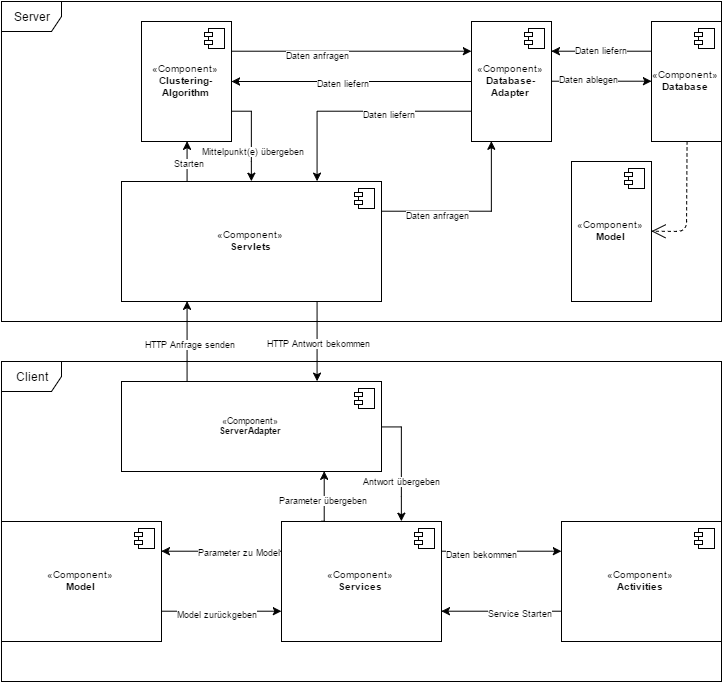
Earlier version of the draw.io export Entwurf/Packages.png (njules/goApp). Source tidied: cells renumbered, new cells last; positions are measured from the earlier drawing's top-left corner, leaving out a move shared by most shapes. Its diagram source:
```xml
<mxGraphModel background="#ffffff">
  <root>
    <mxCell id="0" style="html=1;" />
    <mxCell id="1" style="html=1;" parent="0" />
    <mxCell id="2" value="Server" style="shape=umlFrame;whiteSpace=wrap;html=1;" parent="1" vertex="1">
      <mxGeometry width="720" height="320" as="geometry" />
    </mxCell>
    <mxCell id="3" value="Client" style="shape=umlFrame;whiteSpace=wrap;html=1;" parent="1" vertex="1">
      <mxGeometry y="360" width="720" height="320" as="geometry" />
    </mxCell>
    <mxCell id="4" style="edgeStyle=orthogonalEdgeStyle;rounded=0;html=1;exitX=0;exitY=0.25;entryX=1;entryY=0.25;jettySize=auto;fontSize=9;fillColor=#ffffff;strokeColor=#000000;" parent="1" edge="1" source="6" target="14">
      <mxGeometry relative="1" as="geometry" />
    </mxCell>
    <mxCell id="5" value="Daten liefern" style="text;html=1;align=center;verticalAlign=bottom;labelBackgroundColor=#ffffff;fontSize=9;horizontal=1;" parent="4" vertex="1">
      <mxGeometry x="-0.47" y="1" relative="1" as="geometry">
        <mxPoint x="-23" y="4" as="offset" />
      </mxGeometry>
    </mxCell>
    <mxCell id="6" value="«Component»&lt;br&gt;&lt;b&gt;Database&lt;/b&gt;" style="html=1;fontSize=10;" parent="1" vertex="1">
      <mxGeometry x="650" y="20" width="70" height="120" as="geometry" />
    </mxCell>
    <mxCell id="7" style="shape=component;jettyWidth=8;jettyHeight=4;" parent="6" vertex="1">
      <mxGeometry x="1" width="20" height="20" relative="1" as="geometry">
        <mxPoint x="-27" y="7" as="offset" />
      </mxGeometry>
    </mxCell>
    <mxCell id="8" style="edgeStyle=orthogonalEdgeStyle;rounded=0;html=1;exitX=1;exitY=0.5;jettySize=auto;fontSize=9;" parent="1" edge="1" source="14" target="6">
      <mxGeometry relative="1" as="geometry" />
    </mxCell>
    <mxCell id="9" value="Daten ablegen" style="text;html=1;align=center;verticalAlign=middle;labelBackgroundColor=#ffffff;fontSize=9;labelPosition=center;verticalLabelPosition=bottom;" parent="8" vertex="1">
      <mxGeometry x="-0.24" y="2" relative="1" as="geometry" />
    </mxCell>
    <mxCell id="10" style="edgeStyle=orthogonalEdgeStyle;rounded=0;html=1;jettySize=auto;fontSize=9;" parent="1" edge="1" source="14" target="20">
      <mxGeometry relative="1" as="geometry" />
    </mxCell>
    <mxCell id="11" value="Daten liefern" style="text;html=1;align=center;verticalAlign=middle;labelBackgroundColor=#ffffff;fontSize=9;" parent="10" vertex="1">
      <mxGeometry x="0.07" y="1" relative="1" as="geometry" />
    </mxCell>
    <mxCell id="12" style="edgeStyle=orthogonalEdgeStyle;rounded=0;html=1;exitX=0;exitY=0.75;entryX=0.75;entryY=0;jettySize=auto;fontSize=9;" parent="1" edge="1" source="14" target="28">
      <mxGeometry relative="1" as="geometry" />
    </mxCell>
    <mxCell id="13" value="Daten liefern" style="text;html=1;align=center;verticalAlign=middle;labelBackgroundColor=#ffffff;fontSize=9;" parent="12" vertex="1">
      <mxGeometry x="-0.26" y="3" relative="1" as="geometry" />
    </mxCell>
    <mxCell id="14" value="«Component»&lt;br&gt;&lt;b&gt;Database-&lt;/b&gt;&lt;div&gt;&lt;b&gt;Adapter&lt;/b&gt;&lt;/div&gt;" style="html=1;fontSize=10;" parent="1" vertex="1">
      <mxGeometry x="470" y="20" width="80" height="120" as="geometry" />
    </mxCell>
    <mxCell id="15" style="shape=component;jettyWidth=8;jettyHeight=4;" parent="14" vertex="1">
      <mxGeometry x="1" width="20" height="20" relative="1" as="geometry">
        <mxPoint x="-27" y="7" as="offset" />
      </mxGeometry>
    </mxCell>
    <mxCell id="16" style="edgeStyle=orthogonalEdgeStyle;rounded=0;html=1;exitX=1;exitY=0.25;entryX=0;entryY=0.25;jettySize=auto;fontSize=9;" parent="1" edge="1" source="20" target="14">
      <mxGeometry relative="1" as="geometry" />
    </mxCell>
    <mxCell id="17" value="Daten anfragen" style="text;html=1;align=center;verticalAlign=middle;labelBackgroundColor=#ffffff;fontSize=9;" parent="16" vertex="1">
      <mxGeometry x="-0.29" y="-4" relative="1" as="geometry" />
    </mxCell>
    <mxCell id="18" style="edgeStyle=orthogonalEdgeStyle;rounded=0;html=1;exitX=1;exitY=0.75;entryX=0.5;entryY=0;jettySize=auto;fontSize=9;" parent="1" edge="1" source="20" target="28">
      <mxGeometry relative="1" as="geometry" />
    </mxCell>
    <mxCell id="19" value="Mittelpunkt(e) übergeben" style="text;html=1;align=center;verticalAlign=middle;labelBackgroundColor=#ffffff;fontSize=9;" parent="18" vertex="1">
      <mxGeometry x="0.34" y="1" relative="1" as="geometry" />
    </mxCell>
    <mxCell id="20" value="«Component»&lt;br&gt;&lt;b&gt;Clustering-&lt;br&gt;Algorithm&lt;/b&gt;" style="html=1;fontSize=10;" parent="1" vertex="1">
      <mxGeometry x="140" y="20" width="90" height="120" as="geometry" />
    </mxCell>
    <mxCell id="21" style="shape=component;jettyWidth=8;jettyHeight=4;" parent="20" vertex="1">
      <mxGeometry x="1" width="20" height="20" relative="1" as="geometry">
        <mxPoint x="-27" y="7" as="offset" />
      </mxGeometry>
    </mxCell>
    <mxCell id="22" style="edgeStyle=orthogonalEdgeStyle;rounded=0;html=1;exitX=1;exitY=0.25;entryX=0.25;entryY=1;jettySize=auto;fontSize=9;" parent="1" edge="1" source="28" target="14">
      <mxGeometry relative="1" as="geometry" />
    </mxCell>
    <mxCell id="23" value="Daten anfragen" style="text;html=1;align=center;verticalAlign=middle;labelBackgroundColor=#ffffff;fontSize=9;" parent="22" vertex="1">
      <mxGeometry x="-0.38" y="-4" relative="1" as="geometry" />
    </mxCell>
    <mxCell id="24" style="edgeStyle=orthogonalEdgeStyle;rounded=0;html=1;exitX=0.25;exitY=0;entryX=0.5;entryY=1;jettySize=auto;fontSize=9;" parent="1" edge="1" source="28" target="20">
      <mxGeometry relative="1" as="geometry" />
    </mxCell>
    <mxCell id="25" value="Starten" style="text;html=1;align=center;verticalAlign=middle;labelBackgroundColor=#ffffff;fontSize=9;" parent="24" vertex="1">
      <mxGeometry y="-3" relative="1" as="geometry">
        <mxPoint x="-1" y="2" as="offset" />
      </mxGeometry>
    </mxCell>
    <mxCell id="26" style="edgeStyle=orthogonalEdgeStyle;rounded=0;html=1;exitX=0.75;exitY=1;entryX=0.75;entryY=0;jettySize=auto;fontSize=9;" parent="1" edge="1" source="28" target="37">
      <mxGeometry relative="1" as="geometry" />
    </mxCell>
    <mxCell id="27" value="HTTP Antwort bekommen" style="text;html=1;align=center;verticalAlign=middle;labelBackgroundColor=#ffffff;fontSize=9;" parent="26" vertex="1">
      <mxGeometry x="0.04" relative="1" as="geometry">
        <mxPoint x="1" as="offset" />
      </mxGeometry>
    </mxCell>
    <mxCell id="28" value="«Component»&lt;br&gt;&lt;div&gt;&lt;b&gt;Servlets&lt;/b&gt;&lt;/div&gt;" style="html=1;fontSize=10;" parent="1" vertex="1">
      <mxGeometry x="120" y="180" width="260" height="120" as="geometry" />
    </mxCell>
    <mxCell id="29" style="shape=component;jettyWidth=8;jettyHeight=4;" parent="28" vertex="1">
      <mxGeometry x="1" width="20" height="20" relative="1" as="geometry">
        <mxPoint x="-27" y="7" as="offset" />
      </mxGeometry>
    </mxCell>
    <mxCell id="30" value="«Component»&lt;br&gt;&lt;b&gt;Model&lt;/b&gt;" style="html=1;fontSize=10;" parent="1" vertex="1">
      <mxGeometry x="570" y="160" width="80" height="140" as="geometry" />
    </mxCell>
    <mxCell id="31" style="shape=component;jettyWidth=8;jettyHeight=4;" parent="30" vertex="1">
      <mxGeometry x="1" width="20" height="20" relative="1" as="geometry">
        <mxPoint x="-27" y="7" as="offset" />
      </mxGeometry>
    </mxCell>
    <mxCell id="32" style="endArrow=open;endSize=12;dashed=1;html=1;fontSize=9;exitX=0.5;exitY=1;entryX=1;entryY=0.5;" parent="1" edge="1" source="6" target="30">
      <mxGeometry relative="1" as="geometry">
        <Array as="points">
          <mxPoint x="685" y="230" />
        </Array>
      </mxGeometry>
    </mxCell>
    <mxCell id="33" style="edgeStyle=orthogonalEdgeStyle;rounded=0;html=1;exitX=0.25;exitY=0;entryX=0.25;entryY=1;jettySize=auto;fontSize=9;" parent="1" edge="1" source="37" target="28">
      <mxGeometry relative="1" as="geometry" />
    </mxCell>
    <mxCell id="34" value="&lt;span style=&quot;font-weight: normal&quot;&gt;HTTP Anfrage senden&lt;/span&gt;" style="text;html=1;align=center;verticalAlign=middle;labelBackgroundColor=#ffffff;fontSize=9;fontStyle=1;" parent="33" vertex="1">
      <mxGeometry x="-0.07" y="-3" relative="1" as="geometry" />
    </mxCell>
    <mxCell id="35" style="edgeStyle=orthogonalEdgeStyle;rounded=0;html=1;exitX=1;exitY=0.5;entryX=0.75;entryY=0;jettySize=auto;fontSize=9;" parent="1" edge="1" source="37" target="53">
      <mxGeometry relative="1" as="geometry" />
    </mxCell>
    <mxCell id="36" value="Antwort übergeben" style="text;html=1;align=center;verticalAlign=middle;labelBackgroundColor=#ffffff;fontSize=9;" parent="35" vertex="1">
      <mxGeometry x="0.16" y="-2" relative="1" as="geometry">
        <mxPoint x="2" y="8" as="offset" />
      </mxGeometry>
    </mxCell>
    <mxCell id="37" value="«Component»&lt;br&gt;&lt;b&gt;ServerAdapter&lt;/b&gt;" style="html=1;fontSize=9;" parent="1" vertex="1">
      <mxGeometry x="120" y="380" width="260" height="90" as="geometry" />
    </mxCell>
    <mxCell id="38" style="shape=component;jettyWidth=8;jettyHeight=4;" parent="37" vertex="1">
      <mxGeometry x="1" width="20" height="20" relative="1" as="geometry">
        <mxPoint x="-27" y="7" as="offset" />
      </mxGeometry>
    </mxCell>
    <mxCell id="39" style="edgeStyle=orthogonalEdgeStyle;rounded=0;html=1;exitX=1;exitY=0.75;entryX=0;entryY=0.75;jettySize=auto;fontSize=9;" parent="1" edge="1" source="41" target="53">
      <mxGeometry relative="1" as="geometry" />
    </mxCell>
    <mxCell id="40" value="Model zurückgeben" style="text;html=1;align=center;verticalAlign=middle;labelBackgroundColor=#ffffff;fontSize=9;" parent="39" vertex="1">
      <mxGeometry x="-0.07" y="-3" relative="1" as="geometry" />
    </mxCell>
    <mxCell id="41" value="«Component»&lt;br&gt;&lt;b&gt;Model&lt;/b&gt;" style="html=1;fontSize=10;" parent="1" vertex="1">
      <mxGeometry y="520" width="160" height="120" as="geometry" />
    </mxCell>
    <mxCell id="42" style="shape=component;jettyWidth=8;jettyHeight=4;" parent="41" vertex="1">
      <mxGeometry x="1" width="20" height="20" relative="1" as="geometry">
        <mxPoint x="-27" y="7" as="offset" />
      </mxGeometry>
    </mxCell>
    <mxCell id="43" style="edgeStyle=orthogonalEdgeStyle;rounded=0;html=1;exitX=0;exitY=0.75;entryX=1;entryY=0.75;jettySize=auto;fontSize=9;" parent="1" edge="1" source="45" target="53">
      <mxGeometry relative="1" as="geometry" />
    </mxCell>
    <mxCell id="44" value="Service Starten" style="text;html=1;align=center;verticalAlign=middle;labelBackgroundColor=#ffffff;fontSize=9;" parent="43" vertex="1">
      <mxGeometry x="-0.31" y="2" relative="1" as="geometry" />
    </mxCell>
    <mxCell id="45" value="«Component»&lt;br&gt;&lt;b&gt;Activities&lt;/b&gt;" style="html=1;fontSize=10;" parent="1" vertex="1">
      <mxGeometry x="560" y="520" width="160" height="120" as="geometry" />
    </mxCell>
    <mxCell id="46" style="shape=component;jettyWidth=8;jettyHeight=4;" parent="45" vertex="1">
      <mxGeometry x="1" width="20" height="20" relative="1" as="geometry">
        <mxPoint x="-27" y="7" as="offset" />
      </mxGeometry>
    </mxCell>
    <mxCell id="47" style="edgeStyle=orthogonalEdgeStyle;rounded=0;html=1;exitX=0.25;exitY=0;entryX=0.777;entryY=1;entryPerimeter=0;jettySize=auto;fontSize=9;" parent="1" edge="1" source="53" target="37">
      <mxGeometry relative="1" as="geometry">
        <Array as="points">
          <mxPoint x="322" y="520" />
        </Array>
      </mxGeometry>
    </mxCell>
    <mxCell id="48" value="Parameter übergeben" style="text;html=1;align=center;verticalAlign=middle;labelBackgroundColor=#ffffff;fontSize=9;" parent="47" vertex="1">
      <mxGeometry x="-0.06" y="1" relative="1" as="geometry" />
    </mxCell>
    <mxCell id="49" style="edgeStyle=orthogonalEdgeStyle;rounded=0;html=1;exitX=1;exitY=0.25;entryX=0;entryY=0.25;jettySize=auto;fontSize=9;" parent="1" edge="1" source="53" target="45">
      <mxGeometry relative="1" as="geometry" />
    </mxCell>
    <mxCell id="50" value="Daten bekommen" style="text;html=1;align=center;verticalAlign=middle;labelBackgroundColor=#ffffff;fontSize=9;" parent="49" vertex="1">
      <mxGeometry x="-0.33" y="-3" relative="1" as="geometry" />
    </mxCell>
    <mxCell id="51" style="edgeStyle=orthogonalEdgeStyle;rounded=0;html=1;exitX=0;exitY=0.25;entryX=1;entryY=0.25;jettySize=auto;fontSize=9;" parent="1" edge="1" source="53" target="41">
      <mxGeometry relative="1" as="geometry" />
    </mxCell>
    <mxCell id="52" value="Parameter zu Model" style="text;html=1;align=center;verticalAlign=middle;labelBackgroundColor=#ffffff;fontSize=9;" parent="51" vertex="1">
      <mxGeometry x="-0.28" y="1" relative="1" as="geometry" />
    </mxCell>
    <mxCell id="53" value="«Component»&lt;br&gt;&lt;b&gt;Services&lt;/b&gt;" style="html=1;fontSize=10;" parent="1" vertex="1">
      <mxGeometry x="280" y="520" width="160" height="120" as="geometry" />
    </mxCell>
    <mxCell id="54" style="shape=component;jettyWidth=8;jettyHeight=4;" parent="53" vertex="1">
      <mxGeometry x="1" width="20" height="20" relative="1" as="geometry">
        <mxPoint x="-27" y="7" as="offset" />
      </mxGeometry>
    </mxCell>
  </root>
</mxGraphModel>
```
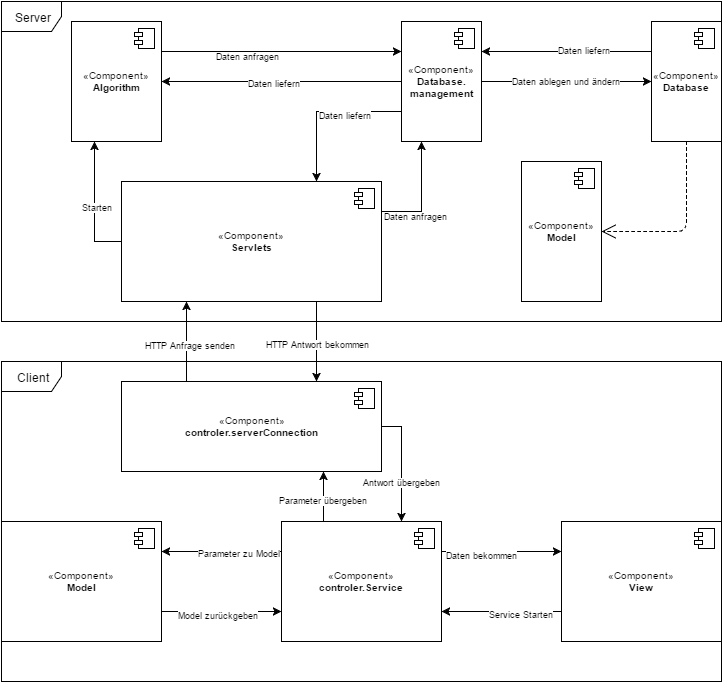
The same file after the commit.

Commit message:
neues packages bild

The edit, as a diff of the source:
```diff
@@ -24,12 +24,9 @@
         <mxPoint x="-27" y="7" as="offset" />
       </mxGeometry>
     </mxCell>
-    <mxCell id="8" style="edgeStyle=orthogonalEdgeStyle;rounded=0;html=1;exitX=1;exitY=0.5;jettySize=auto;fontSize=9;" parent="1" edge="1" source="14" target="6">
+    <mxCell id="8" value="Daten ablegen und ändern" style="edgeStyle=orthogonalEdgeStyle;rounded=0;html=1;exitX=1;exitY=0.5;jettySize=auto;fontSize=9;" parent="1" edge="1" source="14" target="6">
       <mxGeometry relative="1" as="geometry" />
     </mxCell>
-    <mxCell id="9" value="Daten ablegen" style="text;html=1;align=center;verticalAlign=middle;labelBackgroundColor=#ffffff;fontSize=9;labelPosition=center;verticalLabelPosition=bottom;" parent="8" vertex="1">
-      <mxGeometry x="-0.24" y="2" relative="1" as="geometry" />
-    </mxCell>
     <mxCell id="10" style="edgeStyle=orthogonalEdgeStyle;rounded=0;html=1;jettySize=auto;fontSize=9;" parent="1" edge="1" source="14" target="20">
       <mxGeometry relative="1" as="geometry" />
     </mxCell>
@@ -42,8 +39,8 @@
     <mxCell id="13" value="Daten liefern" style="text;html=1;align=center;verticalAlign=middle;labelBackgroundColor=#ffffff;fontSize=9;" parent="12" vertex="1">
       <mxGeometry x="-0.26" y="3" relative="1" as="geometry" />
     </mxCell>
-    <mxCell id="14" value="«Component»&lt;br&gt;&lt;b&gt;Database-&lt;/b&gt;&lt;div&gt;&lt;b&gt;Adapter&lt;/b&gt;&lt;/div&gt;" style="html=1;fontSize=10;" parent="1" vertex="1">
-      <mxGeometry x="470" y="20" width="80" height="120" as="geometry" />
+    <mxCell id="14" value="«Component»&lt;br&gt;&lt;b&gt;Database.&lt;/b&gt;&lt;div&gt;&lt;b&gt;management&lt;br&gt;&lt;/b&gt;&lt;/div&gt;" style="html=1;fontSize=10;" parent="1" vertex="1">
+      <mxGeometry x="400" y="20" width="80" height="120" as="geometry" />
     </mxCell>
     <mxCell id="15" style="shape=component;jettyWidth=8;jettyHeight=4;" parent="14" vertex="1">
       <mxGeometry x="1" width="20" height="20" relative="1" as="geometry">
@@ -56,14 +53,8 @@
     <mxCell id="17" value="Daten anfragen" style="text;html=1;align=center;verticalAlign=middle;labelBackgroundColor=#ffffff;fontSize=9;" parent="16" vertex="1">
       <mxGeometry x="-0.29" y="-4" relative="1" as="geometry" />
     </mxCell>
-    <mxCell id="18" style="edgeStyle=orthogonalEdgeStyle;rounded=0;html=1;exitX=1;exitY=0.75;entryX=0.5;entryY=0;jettySize=auto;fontSize=9;" parent="1" edge="1" source="20" target="28">
-      <mxGeometry relative="1" as="geometry" />
-    </mxCell>
-    <mxCell id="19" value="Mittelpunkt(e) übergeben" style="text;html=1;align=center;verticalAlign=middle;labelBackgroundColor=#ffffff;fontSize=9;" parent="18" vertex="1">
-      <mxGeometry x="0.34" y="1" relative="1" as="geometry" />
-    </mxCell>
-    <mxCell id="20" value="«Component»&lt;br&gt;&lt;b&gt;Clustering-&lt;br&gt;Algorithm&lt;/b&gt;" style="html=1;fontSize=10;" parent="1" vertex="1">
-      <mxGeometry x="140" y="20" width="90" height="120" as="geometry" />
+    <mxCell id="20" value="«Component»&lt;br&gt;&lt;b&gt;Algorithm&lt;/b&gt;" style="html=1;fontSize=10;" parent="1" vertex="1">
+      <mxGeometry x="70" y="20" width="90" height="120" as="geometry" />
     </mxCell>
     <mxCell id="21" style="shape=component;jettyWidth=8;jettyHeight=4;" parent="20" vertex="1">
       <mxGeometry x="1" width="20" height="20" relative="1" as="geometry">
@@ -76,8 +67,12 @@
     <mxCell id="23" value="Daten anfragen" style="text;html=1;align=center;verticalAlign=middle;labelBackgroundColor=#ffffff;fontSize=9;" parent="22" vertex="1">
       <mxGeometry x="-0.38" y="-4" relative="1" as="geometry" />
     </mxCell>
-    <mxCell id="24" style="edgeStyle=orthogonalEdgeStyle;rounded=0;html=1;exitX=0.25;exitY=0;entryX=0.5;entryY=1;jettySize=auto;fontSize=9;" parent="1" edge="1" source="28" target="20">
-      <mxGeometry relative="1" as="geometry" />
+    <mxCell id="24" style="edgeStyle=orthogonalEdgeStyle;rounded=0;html=1;exitX=0;exitY=0.5;entryX=0.25;entryY=1;jettySize=auto;fontSize=9;" parent="1" edge="1" source="28" target="20">
+      <mxGeometry relative="1" as="geometry">
+        <Array as="points">
+          <mxPoint x="93" y="240" />
+        </Array>
+      </mxGeometry>
     </mxCell>
     <mxCell id="25" value="Starten" style="text;html=1;align=center;verticalAlign=middle;labelBackgroundColor=#ffffff;fontSize=9;" parent="24" vertex="1">
       <mxGeometry y="-3" relative="1" as="geometry">
@@ -101,7 +96,7 @@
       </mxGeometry>
     </mxCell>
     <mxCell id="30" value="«Component»&lt;br&gt;&lt;b&gt;Model&lt;/b&gt;" style="html=1;fontSize=10;" parent="1" vertex="1">
-      <mxGeometry x="570" y="160" width="80" height="140" as="geometry" />
+      <mxGeometry x="520" y="160" width="80" height="140" as="geometry" />
     </mxCell>
     <mxCell id="31" style="shape=component;jettyWidth=8;jettyHeight=4;" parent="30" vertex="1">
       <mxGeometry x="1" width="20" height="20" relative="1" as="geometry">
@@ -122,14 +117,18 @@
       <mxGeometry x="-0.07" y="-3" relative="1" as="geometry" />
     </mxCell>
     <mxCell id="35" style="edgeStyle=orthogonalEdgeStyle;rounded=0;html=1;exitX=1;exitY=0.5;entryX=0.75;entryY=0;jettySize=auto;fontSize=9;" parent="1" edge="1" source="37" target="53">
-      <mxGeometry relative="1" as="geometry" />
+      <mxGeometry relative="1" as="geometry">
+        <Array as="points">
+          <mxPoint x="400" y="425" />
+        </Array>
+      </mxGeometry>
     </mxCell>
     <mxCell id="36" value="Antwort übergeben" style="text;html=1;align=center;verticalAlign=middle;labelBackgroundColor=#ffffff;fontSize=9;" parent="35" vertex="1">
       <mxGeometry x="0.16" y="-2" relative="1" as="geometry">
         <mxPoint x="2" y="8" as="offset" />
       </mxGeometry>
     </mxCell>
-    <mxCell id="37" value="«Component»&lt;br&gt;&lt;b&gt;ServerAdapter&lt;/b&gt;" style="html=1;fontSize=9;" parent="1" vertex="1">
+    <mxCell id="37" value="&lt;font style=&quot;font-size: 10px&quot;&gt;«Component»&lt;br&gt;&lt;b&gt;controler.&lt;/b&gt;&lt;b&gt;serverConnection&lt;/b&gt;&lt;/font&gt;" style="html=1;fontSize=9;" parent="1" vertex="1">
       <mxGeometry x="120" y="380" width="260" height="90" as="geometry" />
     </mxCell>
     <mxCell id="38" style="shape=component;jettyWidth=8;jettyHeight=4;" parent="37" vertex="1">
@@ -157,7 +156,7 @@
     <mxCell id="44" value="Service Starten" style="text;html=1;align=center;verticalAlign=middle;labelBackgroundColor=#ffffff;fontSize=9;" parent="43" vertex="1">
       <mxGeometry x="-0.31" y="2" relative="1" as="geometry" />
     </mxCell>
-    <mxCell id="45" value="«Component»&lt;br&gt;&lt;b&gt;Activities&lt;/b&gt;" style="html=1;fontSize=10;" parent="1" vertex="1">
+    <mxCell id="45" value="«Component»&lt;br&gt;&lt;b&gt;View&lt;/b&gt;" style="html=1;fontSize=10;" parent="1" vertex="1">
       <mxGeometry x="560" y="520" width="160" height="120" as="geometry" />
     </mxCell>
     <mxCell id="46" style="shape=component;jettyWidth=8;jettyHeight=4;" parent="45" vertex="1">
@@ -187,7 +186,7 @@
     <mxCell id="52" value="Parameter zu Model" style="text;html=1;align=center;verticalAlign=middle;labelBackgroundColor=#ffffff;fontSize=9;" parent="51" vertex="1">
       <mxGeometry x="-0.28" y="1" relative="1" as="geometry" />
     </mxCell>
-    <mxCell id="53" value="«Component»&lt;br&gt;&lt;b&gt;Services&lt;/b&gt;" style="html=1;fontSize=10;" parent="1" vertex="1">
+    <mxCell id="53" value="«Component»&lt;br&gt;&lt;b&gt;controler.Service&lt;/b&gt;" style="html=1;fontSize=10;" parent="1" vertex="1">
       <mxGeometry x="280" y="520" width="160" height="120" as="geometry" />
     </mxCell>
     <mxCell id="54" style="shape=component;jettyWidth=8;jettyHeight=4;" parent="53" vertex="1">
```
